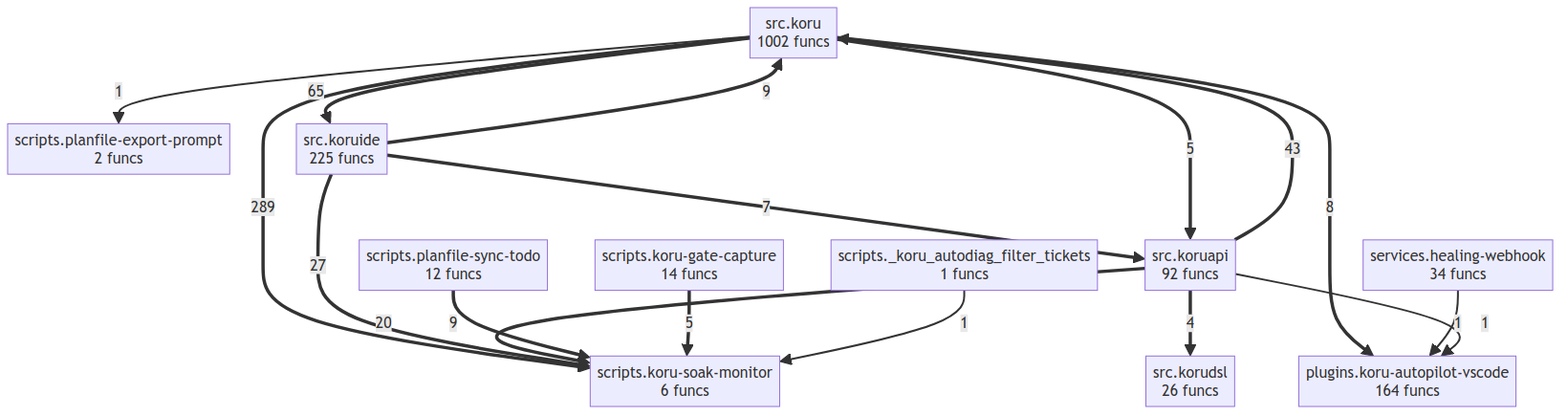
This is project/compact_flow.png from semcod/koru, a Mermaid export, as it was before one commit. Its source is kept beside it as project/compact_flow.mmd.
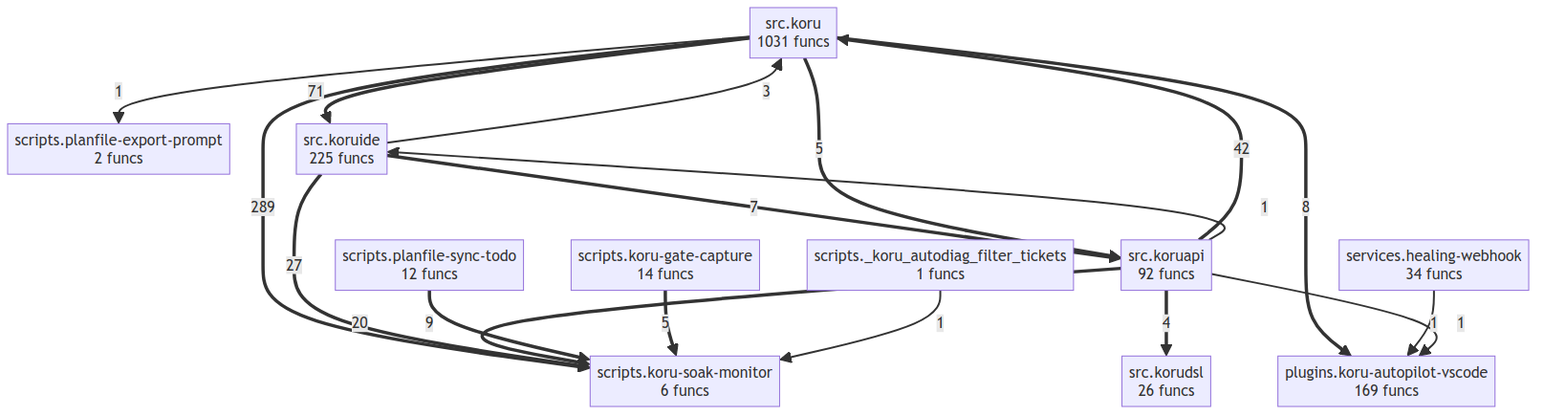
The same diagram one commit later.

The edit, as a diff of the source:
```diff
@@ -1,28 +1,29 @@
 flowchart TD
-    plugins__koru_autopilot_vscode["plugins.koru-autopilot-vscode<br/>164 funcs"]
+    plugins__koru_autopilot_vscode["plugins.koru-autopilot-vscode<br/>169 funcs"]
     scripts___koru_autodiag_filter_tickets["scripts._koru_autodiag_filter_tickets<br/>1 funcs"]
     scripts__koru_gate_capture["scripts.koru-gate-capture<br/>14 funcs"]
     scripts__koru_soak_monitor["scripts.koru-soak-monitor<br/>6 funcs"]
     scripts__planfile_export_prompt["scripts.planfile-export-prompt<br/>2 funcs"]
     scripts__planfile_sync_todo["scripts.planfile-sync-todo<br/>12 funcs"]
     services__healing_webhook["services.healing-webhook<br/>34 funcs"]
-    src__koru["src.koru<br/>1002 funcs"]
+    src__koru["src.koru<br/>1031 funcs"]
     src__koruapi["src.koruapi<br/>92 funcs"]
     src__korudsl["src.korudsl<br/>26 funcs"]
     src__koruide["src.koruide<br/>225 funcs"]
     src__koru ==>|289| scripts__koru_soak_monitor
-    src__koru ==>|65| src__koruide
-    src__koruapi ==>|43| src__koru
+    src__koru ==>|71| src__koruide
+    src__koruapi ==>|42| src__koru
     src__koruide ==>|27| scripts__koru_soak_monitor
     src__koruapi ==>|20| scripts__koru_soak_monitor
-    src__koruide ==>|9| src__koru
     scripts__planfile_sync_todo ==>|9| scripts__koru_soak_monitor
     src__koru ==>|8| plugins__koru_autopilot_vscode
     src__koruide ==>|7| src__koruapi
     src__koru ==>|5| src__koruapi
     scripts__koru_gate_capture ==>|5| scripts__koru_soak_monitor
     src__koruapi ==>|4| src__korudsl
+    src__koruide -->|3| src__koru
     services__healing_webhook -->|1| plugins__koru_autopilot_vscode
     src__koruapi -->|1| plugins__koru_autopilot_vscode
+    src__koruapi -->|1| src__koruide
     src__koru -->|1| scripts__planfile_export_prompt
     scripts___koru_autodiag_filter_tickets -->|1| scripts__koru_soak_monitor
```
